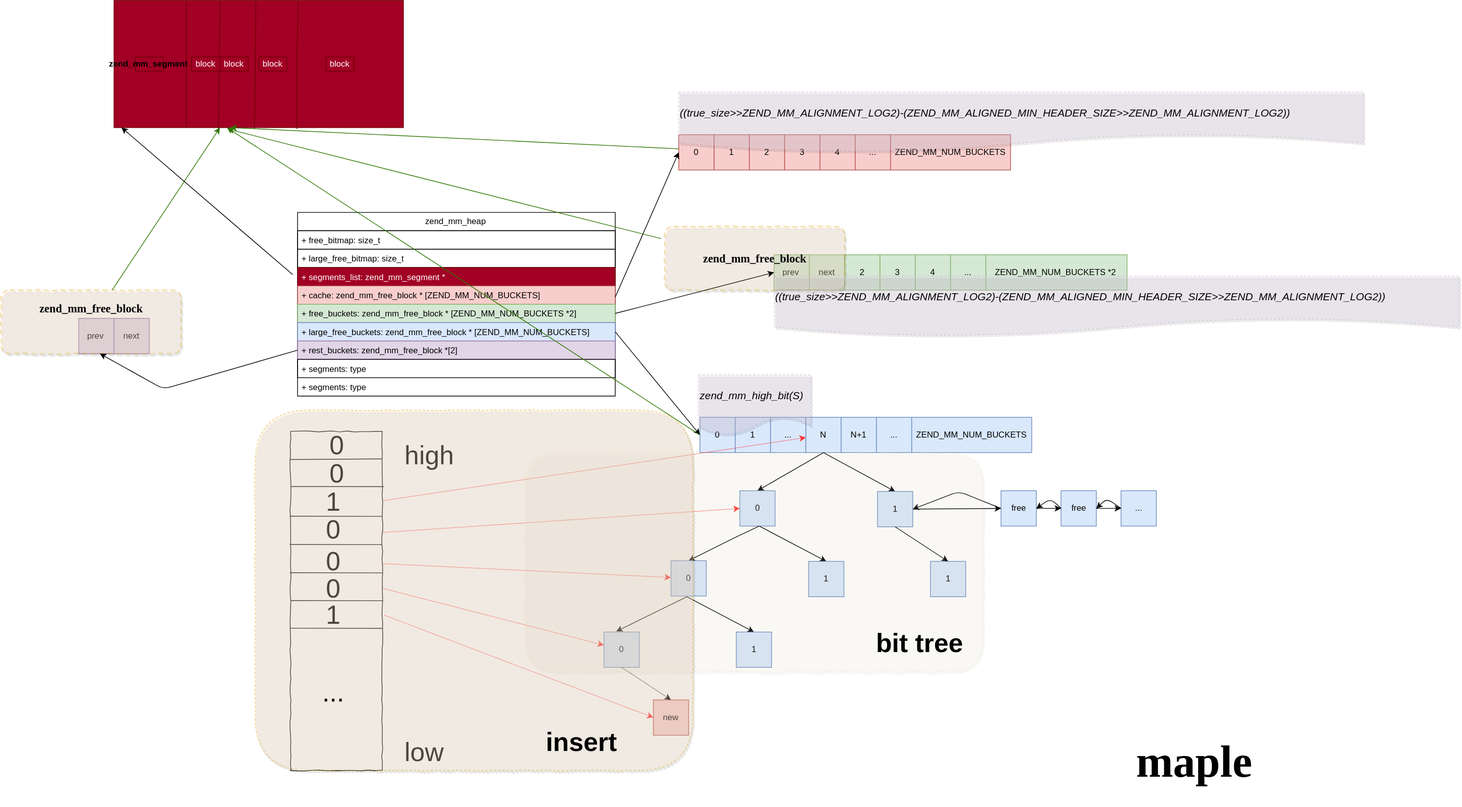
The draw.io diagram structs_svg/Memory Management.svg in m4p1e/php-5-source-travel, before a commit. Source tidied: cells renumbered, new cells last; positions are measured from the earlier drawing's top-left corner, leaving out a move shared by most shapes.
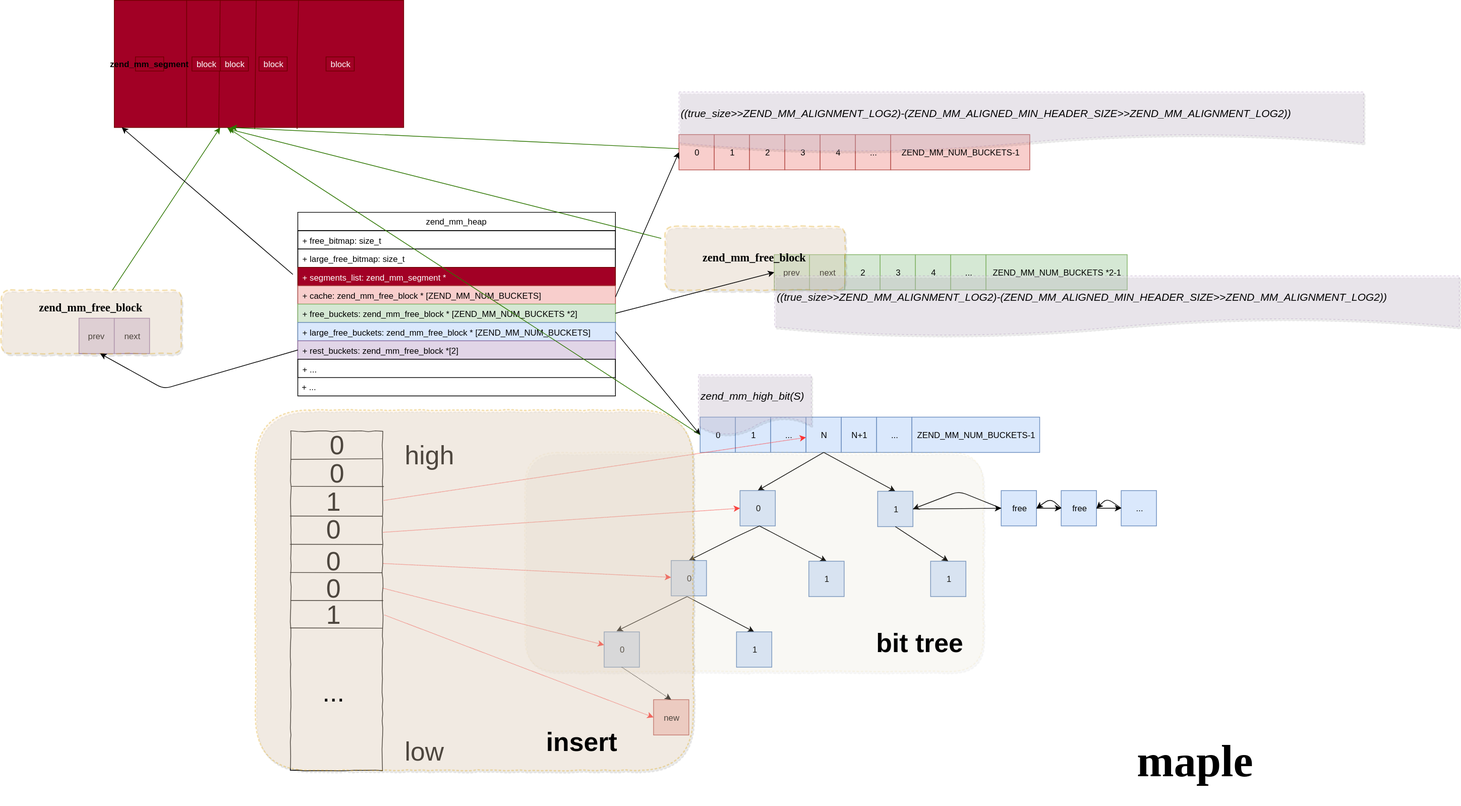
Later version of the same file.

Change to the diagram source:
```diff
@@ -26,10 +26,10 @@
     <mxCell id="9" value="+ rest_buckets: zend_mm_free_block *[2]" style="text;strokeColor=#9673a6;fillColor=#e1d5e7;align=left;verticalAlign=top;spacingLeft=4;spacingRight=4;overflow=hidden;points=[[0,0.5],[1,0.5]];portConstraint=eastwest;" parent="2" vertex="1">
       <mxGeometry y="182" width="450" height="26" as="geometry" />
     </mxCell>
-    <mxCell id="10" value="+ segments: type" style="text;strokeColor=#000000;fillColor=none;align=left;verticalAlign=top;spacingLeft=4;spacingRight=4;overflow=hidden;" parent="2" vertex="1">
+    <mxCell id="10" value="+ ..." style="text;strokeColor=#000000;fillColor=none;align=left;verticalAlign=top;spacingLeft=4;spacingRight=4;overflow=hidden;" parent="2" vertex="1">
       <mxGeometry y="208" width="450" height="26" as="geometry" />
     </mxCell>
-    <mxCell id="11" value="+ segments: type" style="text;strokeColor=none;fillColor=none;align=left;verticalAlign=top;spacingLeft=4;spacingRight=4;overflow=hidden;" parent="2" vertex="1">
+    <mxCell id="11" value="+ ..." style="text;strokeColor=none;fillColor=none;align=left;verticalAlign=top;spacingLeft=4;spacingRight=4;overflow=hidden;" parent="2" vertex="1">
       <mxGeometry y="234" width="450" height="26" as="geometry" />
     </mxCell>
     <mxCell id="12" value="0" style="whiteSpace=wrap;html=1;labelBackgroundColor=none;strokeColor=#b85450;fillColor=#f8cecc;" parent="1" vertex="1">
@@ -55,8 +55,8 @@
     <mxCell id="18" value="..." style="whiteSpace=wrap;html=1;labelBackgroundColor=none;strokeColor=#b85450;fillColor=#f8cecc;" parent="1" vertex="1">
       <mxGeometry x="1210" y="190" width="50" height="50" as="geometry" />
     </mxCell>
-    <mxCell id="19" value="ZEND_MM_NUM_BUCKETS" style="rounded=0;whiteSpace=wrap;html=1;labelBackgroundColor=none;strokeColor=#b85450;fillColor=#f8cecc;" parent="1" vertex="1">
-      <mxGeometry x="1260" y="190" width="170" height="50" as="geometry" />
+    <mxCell id="19" value="ZEND_MM_NUM_BUCKETS-1" style="rounded=0;whiteSpace=wrap;html=1;labelBackgroundColor=none;strokeColor=#b85450;fillColor=#f8cecc;" parent="1" vertex="1">
+      <mxGeometry x="1260" y="190" width="197" height="50" as="geometry" />
     </mxCell>
     <mxCell id="20" value="prev" style="whiteSpace=wrap;html=1;labelBackgroundColor=none;strokeColor=#82b366;fillColor=#d5e8d4;" parent="1" vertex="1">
       <mxGeometry x="1095" y="360" width="50" height="50" as="geometry" />
@@ -76,7 +76,7 @@
     <mxCell id="25" value="..." style="whiteSpace=wrap;html=1;labelBackgroundColor=none;strokeColor=#82b366;fillColor=#d5e8d4;" parent="1" vertex="1">
       <mxGeometry x="1345" y="360" width="50" height="50" as="geometry" />
     </mxCell>
-    <mxCell id="26" value="ZEND_MM_NUM_BUCKETS *2" style="rounded=0;whiteSpace=wrap;html=1;labelBackgroundColor=none;strokeColor=#82b366;fillColor=#d5e8d4;" parent="1" vertex="1">
+    <mxCell id="26" value="ZEND_MM_NUM_BUCKETS *2-1" style="rounded=0;whiteSpace=wrap;html=1;labelBackgroundColor=none;strokeColor=#82b366;fillColor=#d5e8d4;" parent="1" vertex="1">
       <mxGeometry x="1395" y="360" width="200" height="50" as="geometry" />
     </mxCell>
     <mxCell id="27" value="&lt;p style=&quot;line-height: 100%&quot;&gt;&lt;font style=&quot;font-size: 16px&quot;&gt;zend_mm_free_block&lt;/font&gt;&lt;/p&gt;" style="html=1;whiteSpace=wrap;comic=1;strokeWidth=2;fontFamily=Comic Sans MS;fontStyle=1;labelBackgroundColor=none;strokeColor=#d79b00;rounded=1;dashed=1;shadow=1;fillColor=#ffe6cc;glass=1;gradientColor=none;opacity=30;" parent="1" vertex="1">
@@ -103,8 +103,8 @@
     <mxCell id="34" value="..." style="whiteSpace=wrap;html=1;labelBackgroundColor=none;strokeColor=#6c8ebf;fillColor=#dae8fc;" parent="1" vertex="1">
       <mxGeometry x="1240" y="590" width="50" height="50" as="geometry" />
     </mxCell>
-    <mxCell id="35" value="ZEND_MM_NUM_BUCKETS" style="rounded=0;whiteSpace=wrap;html=1;labelBackgroundColor=none;strokeColor=#6c8ebf;fillColor=#dae8fc;" parent="1" vertex="1">
-      <mxGeometry x="1290" y="590" width="170" height="50" as="geometry" />
+    <mxCell id="35" value="ZEND_MM_NUM_BUCKETS-1" style="rounded=0;whiteSpace=wrap;html=1;labelBackgroundColor=none;strokeColor=#6c8ebf;fillColor=#dae8fc;" parent="1" vertex="1">
+      <mxGeometry x="1290" y="590" width="181" height="50" as="geometry" />
     </mxCell>
     <mxCell id="36" style="endArrow=classic;html=1;fontColor=#000000;exitX=1;exitY=0.5;exitDx=0;exitDy=0;entryX=0;entryY=0.5;entryDx=0;entryDy=0;" parent="1" edge="1" source="8" target="29">
       <mxGeometry relative="1" as="geometry" />
```
